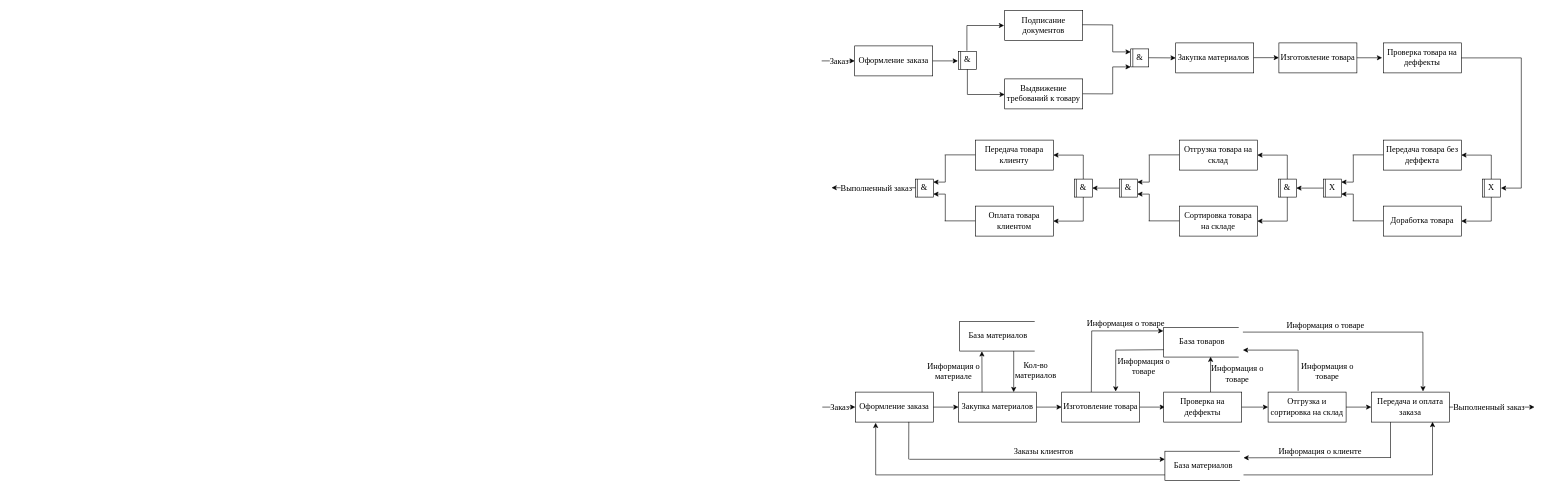
This is LABB2.drawio from 1kxri/MISPIS, a draw.io file, before an edit. Source tidied: cells renumbered, new cells numbered last; positions are measured from the earlier drawing's top-left corner, leaving out a move shared by most shapes. Both pictures are drawn from the tidied source at 60%, with x=0, y=0 at pixel (821, 10).
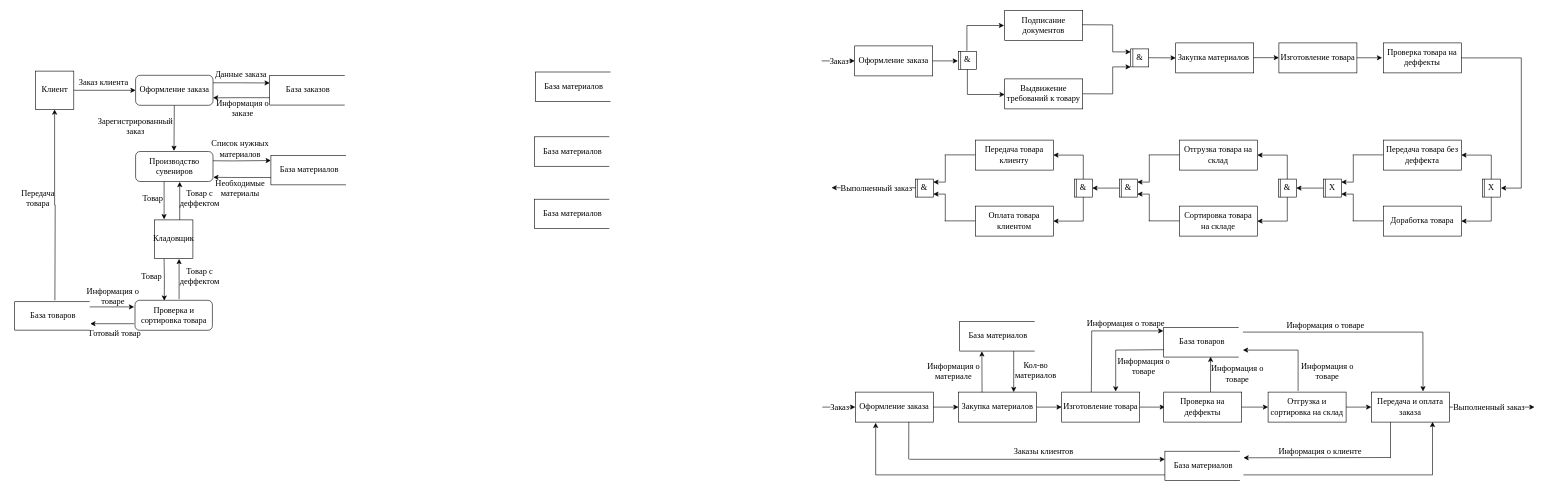
After the change.

What changed in the source:
```diff
@@
+    <mxCell id="143" style="group;" parent="1" vertex="1">
+      <mxGeometry x="-477" y="100" width="131" height="54" as="geometry" />
+    </mxCell>
+    <mxCell id="144" value="&lt;font face=&quot;Times New Roman&quot;&gt;&lt;span style=&quot;font-size: 14px;&quot;&gt;База материалов&lt;/span&gt;&lt;/font&gt;" style="rounded=0;whiteSpace=wrap;html=1;" parent="143" vertex="1">
+      <mxGeometry y="2.5" width="128" height="49.1" as="geometry" />
+    </mxCell>
+    <mxCell id="145" style="rounded=0;whiteSpace=wrap;html=1;strokeColor=none;fillColor=default;" parent="143" vertex="1">
+      <mxGeometry x="125" width="6" height="54" as="geometry" />
+    </mxCell>
+    <mxCell id="146" style="group;" parent="1" vertex="1">
+      <mxGeometry x="-479" y="208" width="131" height="54" as="geometry" />
+    </mxCell>
+    <mxCell id="147" value="&lt;font face=&quot;Times New Roman&quot;&gt;&lt;span style=&quot;font-size: 14px;&quot;&gt;База материалов&lt;/span&gt;&lt;/font&gt;" style="rounded=0;whiteSpace=wrap;html=1;" parent="146" vertex="1">
+      <mxGeometry y="2.5" width="128" height="49.1" as="geometry" />
+    </mxCell>
+    <mxCell id="148" style="rounded=0;whiteSpace=wrap;html=1;strokeColor=none;fillColor=default;" parent="146" vertex="1">
+      <mxGeometry x="125" width="6" height="54" as="geometry" />
+    </mxCell>
+    <mxCell id="149" style="group;" parent="1" vertex="1">
+      <mxGeometry x="-479" y="312" width="131" height="54" as="geometry" />
+    </mxCell>
+    <mxCell id="150" value="&lt;font face=&quot;Times New Roman&quot;&gt;&lt;span style=&quot;font-size: 14px;&quot;&gt;База материалов&lt;/span&gt;&lt;/font&gt;" style="rounded=0;whiteSpace=wrap;html=1;" parent="149" vertex="1">
+      <mxGeometry y="2.5" width="128" height="49.1" as="geometry" />
+    </mxCell>
+    <mxCell id="151" style="rounded=0;whiteSpace=wrap;html=1;strokeColor=none;fillColor=default;" parent="149" vertex="1">
+      <mxGeometry x="125" width="6" height="54" as="geometry" />
+    </mxCell>
+    <mxCell id="152" style="edgeStyle=orthogonalEdgeStyle;rounded=0;jettySize=auto;html=1;exitX=1;exitY=0.5;exitDx=0;exitDy=0;entryX=0;entryY=0.5;entryDx=0;entryDy=0;" parent="1" edge="1" source="153" target="156">
+      <mxGeometry relative="1" as="geometry" />
+    </mxCell>
+    <mxCell id="153" value="&lt;font face=&quot;Times New Roman&quot; style=&quot;font-size: 14px;&quot;&gt;Клиент&lt;/font&gt;" style="rounded=0;whiteSpace=wrap;html=1;" parent="1" vertex="1">
+      <mxGeometry x="-1310.5" y="101" width="64" height="64" as="geometry" />
+    </mxCell>
+    <mxCell id="154" style="edgeStyle=orthogonalEdgeStyle;rounded=0;jettySize=auto;html=1;exitX=0.5;exitY=1;exitDx=0;exitDy=0;entryX=0.5;entryY=0;entryDx=0;entryDy=0;" parent="1" edge="1" source="156">
+      <mxGeometry relative="1" as="geometry">
+        <mxPoint x="-1079.5" y="234" as="targetPoint" />
+      </mxGeometry>
+    </mxCell>
+    <mxCell id="155" style="edgeStyle=orthogonalEdgeStyle;rounded=0;jettySize=auto;html=1;exitX=1;exitY=0.25;exitDx=0;exitDy=0;entryX=0;entryY=0.25;entryDx=0;entryDy=0;" parent="1" edge="1" source="156" target="164">
+      <mxGeometry relative="1" as="geometry" />
+    </mxCell>
+    <mxCell id="156" value="Оформление заказа" style="rounded=1;whiteSpace=wrap;html=1;fontFamily=Times New Roman;fontSize=14;" parent="1" vertex="1">
+      <mxGeometry x="-1143.5" y="108" width="129" height="50" as="geometry" />
+    </mxCell>
+    <mxCell id="157" style="edgeStyle=orthogonalEdgeStyle;rounded=0;jettySize=auto;html=1;entryX=0.5;entryY=1;entryDx=0;entryDy=0;" parent="1" edge="1" target="153">
+      <mxGeometry relative="1" as="geometry">
+        <mxPoint x="-1278" y="483" as="sourcePoint" />
+      </mxGeometry>
+    </mxCell>
+    <mxCell id="158" value="Проверка и сортировка товара" style="rounded=1;whiteSpace=wrap;html=1;fontFamily=Times New Roman;fontSize=14;" parent="1" vertex="1">
+      <mxGeometry x="-1144.5" y="483" width="129" height="50" as="geometry" />
+    </mxCell>
+    <mxCell id="159" style="edgeStyle=orthogonalEdgeStyle;rounded=0;jettySize=auto;html=1;exitX=1;exitY=0.25;exitDx=0;exitDy=0;entryX=-0.001;entryY=0.174;entryDx=0;entryDy=0;entryPerimeter=0;" parent="1" edge="1" target="177">
+      <mxGeometry relative="1" as="geometry">
+        <mxPoint x="-1048" y="250.2" as="sourcePoint" />
+      </mxGeometry>
+    </mxCell>
+    <mxCell id="160" style="group;" parent="1" vertex="1">
+      <mxGeometry x="-1345" y="483" width="131" height="52" as="geometry" />
+    </mxCell>
+    <mxCell id="161" value="&lt;font face=&quot;Times New Roman&quot; style=&quot;font-size: 14px;&quot;&gt;База товаров&lt;/font&gt;" style="rounded=0;whiteSpace=wrap;html=1;" parent="160" vertex="1">
+      <mxGeometry y="2.4" width="128" height="47.3" as="geometry" />
+    </mxCell>
+    <mxCell id="162" style="rounded=0;whiteSpace=wrap;html=1;strokeColor=none;fillColor=default;" parent="160" vertex="1">
+      <mxGeometry x="125" width="6" height="52" as="geometry" />
+    </mxCell>
+    <mxCell id="163" style="group;" parent="1" vertex="1">
+      <mxGeometry x="-920" y="106" width="131" height="54" as="geometry" />
+    </mxCell>
+    <mxCell id="164" value="&lt;font face=&quot;Times New Roman&quot;&gt;&lt;span style=&quot;font-size: 14px;&quot;&gt;База заказов&lt;/span&gt;&lt;/font&gt;" style="rounded=0;whiteSpace=wrap;html=1;" parent="163" vertex="1">
+      <mxGeometry y="2.5" width="128" height="49.1" as="geometry" />
+    </mxCell>
+    <mxCell id="165" style="rounded=0;whiteSpace=wrap;html=1;strokeColor=none;fillColor=default;" parent="163" vertex="1">
+      <mxGeometry x="125" width="6" height="54" as="geometry" />
+    </mxCell>
+    <mxCell id="166" value="Заказ клиента" style="text;html=1;whiteSpace=wrap;strokeColor=none;fillColor=none;align=center;verticalAlign=middle;rounded=0;fontFamily=Times New Roman;fontSize=14;" parent="1" vertex="1">
+      <mxGeometry x="-1247" y="106" width="101" height="30" as="geometry" />
+    </mxCell>
+    <mxCell id="167" value="Данные заказа&amp;nbsp;" style="text;html=1;whiteSpace=wrap;strokeColor=none;fillColor=none;align=center;verticalAlign=middle;rounded=0;fontFamily=Times New Roman;fontSize=14;" parent="1" vertex="1">
+      <mxGeometry x="-1013" y="80" width="94" height="56" as="geometry" />
+    </mxCell>
+    <mxCell id="168" style="edgeStyle=orthogonalEdgeStyle;rounded=0;jettySize=auto;html=1;exitX=0;exitY=0.75;exitDx=0;exitDy=0;entryX=1;entryY=0.75;entryDx=0;entryDy=0;" parent="1" edge="1" source="164" target="156">
+      <mxGeometry relative="1" as="geometry" />
+    </mxCell>
+    <mxCell id="169" value="Информация о заказе" style="text;html=1;whiteSpace=wrap;strokeColor=none;fillColor=none;align=center;verticalAlign=middle;rounded=0;fontFamily=Times New Roman;fontSize=14;" parent="1" vertex="1">
+      <mxGeometry x="-1011.5" y="149" width="91.5" height="30" as="geometry" />
+    </mxCell>
+    <mxCell id="170" value="Зарегистрированный&lt;br&gt;заказ" style="text;html=1;whiteSpace=wrap;strokeColor=none;fillColor=none;align=center;verticalAlign=middle;rounded=0;fontFamily=Times New Roman;fontSize=14;" parent="1" vertex="1">
+      <mxGeometry x="-1194" y="179" width="101" height="30" as="geometry" />
+    </mxCell>
+    <mxCell id="171" value="Товар с деффектом" style="text;html=1;whiteSpace=wrap;strokeColor=none;fillColor=none;align=center;verticalAlign=middle;rounded=0;fontFamily=Times New Roman;fontSize=14;" parent="1" vertex="1">
+      <mxGeometry x="-1066" y="429" width="59" height="30" as="geometry" />
+    </mxCell>
+    <mxCell id="172" value="Товар" style="text;html=1;whiteSpace=wrap;strokeColor=none;fillColor=none;align=center;verticalAlign=middle;rounded=0;fontFamily=Times New Roman;fontSize=14;" parent="1" vertex="1">
+      <mxGeometry x="-1146" y="429" width="59" height="30" as="geometry" />
+    </mxCell>
+    <mxCell id="173" style="edgeStyle=orthogonalEdgeStyle;rounded=0;jettySize=auto;html=1;entryX=0.378;entryY=0.013;entryDx=0;entryDy=0;entryPerimeter=0;" parent="1" edge="1" target="158">
+      <mxGeometry relative="1" as="geometry">
+        <mxPoint x="-1096" y="414" as="sourcePoint" />
+      </mxGeometry>
+    </mxCell>
+    <mxCell id="174" value="Готовый товар" style="text;html=1;whiteSpace=wrap;strokeColor=none;fillColor=none;align=center;verticalAlign=middle;rounded=0;fontFamily=Times New Roman;fontSize=14;" parent="1" vertex="1">
+      <mxGeometry x="-1232" y="524" width="108.8" height="30" as="geometry" />
+    </mxCell>
+    <mxCell id="175" value="Передача товара" style="text;html=1;whiteSpace=wrap;strokeColor=none;fillColor=none;align=center;verticalAlign=middle;rounded=0;fontFamily=Times New Roman;fontSize=14;" parent="1" vertex="1">
+      <mxGeometry x="-1352" y="299" width="92" height="30" as="geometry" />
+    </mxCell>
+    <mxCell id="176" style="group;" parent="1" vertex="1">
+      <mxGeometry x="-918" y="239" width="131" height="54" as="geometry" />
+    </mxCell>
+    <mxCell id="177" value="&lt;font face=&quot;Times New Roman&quot;&gt;&lt;span style=&quot;font-size: 14px;&quot;&gt;База материалов&lt;/span&gt;&lt;/font&gt;" style="rounded=0;whiteSpace=wrap;html=1;" parent="176" vertex="1">
+      <mxGeometry y="2.5" width="128" height="49.1" as="geometry" />
+    </mxCell>
+    <mxCell id="178" style="rounded=0;whiteSpace=wrap;html=1;strokeColor=none;fillColor=default;" parent="176" vertex="1">
+      <mxGeometry x="125" width="6" height="54" as="geometry" />
+    </mxCell>
+    <mxCell id="179" style="edgeStyle=orthogonalEdgeStyle;rounded=0;jettySize=auto;html=1;exitX=0;exitY=0.75;exitDx=0;exitDy=0;" parent="1" edge="1" source="177">
+      <mxGeometry relative="1" as="geometry">
+        <mxPoint x="-1014" y="278" as="targetPoint" />
+        <Array as="points">
+          <mxPoint x="-984" y="278" />
+        </Array>
+      </mxGeometry>
+    </mxCell>
+    <mxCell id="180" value="Список нужных материалов" style="text;html=1;whiteSpace=wrap;strokeColor=none;fillColor=none;align=center;verticalAlign=middle;rounded=0;fontFamily=Times New Roman;fontSize=14;" parent="1" vertex="1">
+      <mxGeometry x="-1033" y="216" width="128" height="30" as="geometry" />
+    </mxCell>
+    <mxCell id="181" value="Необходимые материалы" style="text;html=1;whiteSpace=wrap;strokeColor=none;fillColor=none;align=center;verticalAlign=middle;rounded=0;fontFamily=Times New Roman;fontSize=14;" parent="1" vertex="1">
+      <mxGeometry x="-1033" y="282" width="128" height="30" as="geometry" />
+    </mxCell>
+    <mxCell id="182" style="edgeStyle=orthogonalEdgeStyle;rounded=0;orthogonalLoop=1;jettySize=auto;html=1;exitX=1;exitY=0.25;exitDx=0;exitDy=0;" parent="1" edge="1">
+      <mxGeometry relative="1" as="geometry">
+        <mxPoint x="-1220" y="494" as="sourcePoint" />
+        <mxPoint x="-1146" y="494" as="targetPoint" />
+      </mxGeometry>
+    </mxCell>
+    <mxCell id="183" style="edgeStyle=orthogonalEdgeStyle;rounded=0;orthogonalLoop=1;jettySize=auto;html=1;" parent="1" edge="1">
+      <mxGeometry relative="1" as="geometry">
+        <mxPoint x="-1146" y="522" as="sourcePoint" />
+        <mxPoint x="-1219" y="522" as="targetPoint" />
+        <Array as="points">
+          <mxPoint x="-1156" y="522" />
+        </Array>
+      </mxGeometry>
+    </mxCell>
+    <mxCell id="184" value="Информация о товаре" style="text;html=1;whiteSpace=wrap;strokeColor=none;fillColor=none;align=center;verticalAlign=middle;rounded=0;fontFamily=Times New Roman;fontSize=14;" parent="1" vertex="1">
+      <mxGeometry x="-1245" y="462" width="128" height="30" as="geometry" />
+    </mxCell>
+    <mxCell id="185" value="Производство сувениров" style="rounded=1;whiteSpace=wrap;html=1;fontFamily=Times New Roman;fontSize=14;" parent="1" vertex="1">
+      <mxGeometry x="-1143.5" y="235" width="129" height="50" as="geometry" />
+    </mxCell>
+    <mxCell id="186" value="&lt;font face=&quot;Times New Roman&quot; style=&quot;font-size: 14px;&quot;&gt;Кладовщик&lt;/font&gt;" style="rounded=0;whiteSpace=wrap;html=1;" parent="1" vertex="1">
+      <mxGeometry x="-1112" y="349" width="64" height="64" as="geometry" />
+    </mxCell>
+    <mxCell id="187" value="Товар с деффектом" style="text;html=1;whiteSpace=wrap;strokeColor=none;fillColor=none;align=center;verticalAlign=middle;rounded=0;fontFamily=Times New Roman;fontSize=14;" parent="1" vertex="1">
+      <mxGeometry x="-1066" y="299" width="59" height="30" as="geometry" />
+    </mxCell>
+    <mxCell id="188" value="Товар" style="text;html=1;whiteSpace=wrap;strokeColor=none;fillColor=none;align=center;verticalAlign=middle;rounded=0;fontFamily=Times New Roman;fontSize=14;" parent="1" vertex="1">
+      <mxGeometry x="-1144.5" y="299" width="59" height="30" as="geometry" />
+    </mxCell>
+    <mxCell id="189" style="edgeStyle=orthogonalEdgeStyle;rounded=0;orthogonalLoop=1;jettySize=auto;html=1;" parent="1" edge="1">
+      <mxGeometry relative="1" as="geometry">
+        <mxPoint x="-1096" y="285" as="sourcePoint" />
+        <mxPoint x="-1096" y="348" as="targetPoint" />
+      </mxGeometry>
+    </mxCell>
+    <mxCell id="190" style="endArrow=classic;html=1;rounded=0;" parent="1" edge="1">
+      <mxGeometry relative="1" as="geometry">
+        <mxPoint x="-1071" y="481" as="sourcePoint" />
+        <mxPoint x="-1071" y="414" as="targetPoint" />
+      </mxGeometry>
+    </mxCell>
+    <mxCell id="191" style="endArrow=classic;html=1;rounded=0;exitX=0.656;exitY=0;exitDx=0;exitDy=0;exitPerimeter=0;entryX=0.57;entryY=1.014;entryDx=0;entryDy=0;entryPerimeter=0;" parent="1" edge="1" source="186" target="185">
+      <mxGeometry relative="1" as="geometry" />
+    </mxCell>
```
